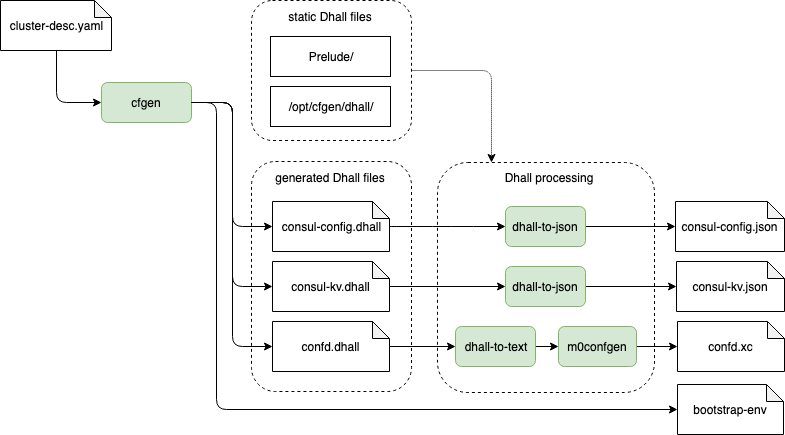
Seagate/cortx-hare keeps this draw.io diagram as rfc/3/cfgen.png. Above is the earlier version. Source tidied: cells renumbered, new cells last; positions are measured from the earlier drawing's top-left corner, leaving out a move shared by most shapes.
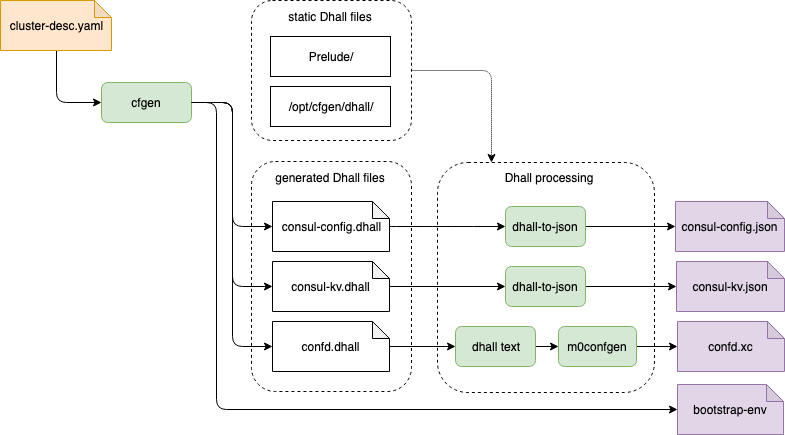
The same file after the commit.

Commit message:
rfc (3/CFGEN): Colourize the diagram

Use colours to highlight input and output files.

Diff of the diagram source:
```diff
@@ -35,7 +35,7 @@
     <mxCell id="12" style="edgeStyle=orthogonalEdgeStyle;rounded=0;jettySize=auto;html=1;exitX=1;exitY=0.5;exitDx=0;exitDy=0;entryX=0;entryY=0.5;entryDx=0;entryDy=0;" parent="1" edge="1" source="13" target="17">
       <mxGeometry relative="1" as="geometry" />
     </mxCell>
-    <mxCell id="13" value="dhall-to-text" style="rounded=1;whiteSpace=wrap;html=1;fillColor=#D5E8D4;strokeColor=#82B366;" parent="1" vertex="1">
+    <mxCell id="13" value="dhall text" style="rounded=1;whiteSpace=wrap;html=1;fillColor=#D5E8D4;strokeColor=#82B366;" parent="1" vertex="1">
       <mxGeometry x="455" y="326" width="80" height="40" as="geometry" />
     </mxCell>
     <mxCell id="14" style="edgeStyle=orthogonalEdgeStyle;rounded=0;jettySize=auto;html=1;exitX=1;exitY=0.5;exitDx=0;exitDy=0;entryX=0;entryY=0.5;entryDx=0;entryDy=0;entryPerimeter=0;" parent="1" edge="1" source="27" target="25">
@@ -67,19 +67,19 @@
     <mxCell id="21" style="edgeStyle=orthogonalEdgeStyle;jettySize=auto;html=1;exitX=0.5;exitY=1;exitDx=0;exitDy=0;exitPerimeter=0;entryX=0;entryY=0.5;entryDx=0;entryDy=0;rounded=1;" parent="1" edge="1" source="22" target="20">
       <mxGeometry relative="1" as="geometry" />
     </mxCell>
-    <mxCell id="22" value="cluster-desc.yaml" style="shape=note;whiteSpace=wrap;html=1;backgroundOutline=1;darkOpacity=0.05;size=17;" parent="1" vertex="1">
+    <mxCell id="22" value="cluster-desc.yaml" style="shape=note;whiteSpace=wrap;html=1;backgroundOutline=1;darkOpacity=0.05;size=17;fillColor=#ffe6cc;strokeColor=#d79b00;" parent="1" vertex="1">
       <mxGeometry width="111" height="50" as="geometry" />
     </mxCell>
     <mxCell id="23" value="generated Dhall files" style="text;html=1;strokeColor=none;fillColor=none;align=center;verticalAlign=middle;whiteSpace=wrap;rounded=0;" parent="1" vertex="1">
       <mxGeometry x="245" y="167" width="170" height="20" as="geometry" />
     </mxCell>
-    <mxCell id="24" value="confd.xc" style="shape=note;whiteSpace=wrap;html=1;backgroundOutline=1;darkOpacity=0.05;size=17;" parent="1" vertex="1">
+    <mxCell id="24" value="confd.xc" style="shape=note;whiteSpace=wrap;html=1;backgroundOutline=1;darkOpacity=0.05;size=17;fillColor=#e1d5e7;strokeColor=#9673a6;" parent="1" vertex="1">
       <mxGeometry x="677" y="321" width="107" height="50" as="geometry" />
     </mxCell>
-    <mxCell id="25" value="consul-kv.json" style="shape=note;whiteSpace=wrap;html=1;backgroundOutline=1;darkOpacity=0.05;size=17;" parent="1" vertex="1">
+    <mxCell id="25" value="consul-kv.json" style="shape=note;whiteSpace=wrap;html=1;backgroundOutline=1;darkOpacity=0.05;size=17;fillColor=#e1d5e7;strokeColor=#9673a6;" parent="1" vertex="1">
       <mxGeometry x="676" y="261" width="108" height="50" as="geometry" />
     </mxCell>
-    <mxCell id="26" value="consul-config.json" style="shape=note;whiteSpace=wrap;html=1;backgroundOutline=1;darkOpacity=0.05;size=17;" parent="1" vertex="1">
+    <mxCell id="26" value="consul-config.json" style="shape=note;whiteSpace=wrap;html=1;backgroundOutline=1;darkOpacity=0.05;size=17;fillColor=#e1d5e7;strokeColor=#9673a6;" parent="1" vertex="1">
       <mxGeometry x="675" y="201" width="109" height="50" as="geometry" />
     </mxCell>
     <mxCell id="27" value="dhall-to-json" style="rounded=1;whiteSpace=wrap;html=1;fillColor=#D5E8D4;strokeColor=#82B366;" parent="1" vertex="1">
@@ -91,7 +91,7 @@
     <mxCell id="29" value="consul-kv.dhall" style="shape=note;whiteSpace=wrap;html=1;backgroundOutline=1;darkOpacity=0.05;size=17;" parent="1" vertex="1">
       <mxGeometry x="272" y="261" width="117" height="50" as="geometry" />
     </mxCell>
-    <mxCell id="30" value="bootstrap-env" style="shape=note;whiteSpace=wrap;html=1;backgroundOutline=1;darkOpacity=0.05;size=17;" parent="1" vertex="1">
+    <mxCell id="30" value="bootstrap-env" style="shape=note;whiteSpace=wrap;html=1;backgroundOutline=1;darkOpacity=0.05;size=17;fillColor=#e1d5e7;strokeColor=#9673a6;" parent="1" vertex="1">
       <mxGeometry x="677" y="384" width="106" height="50" as="geometry" />
     </mxCell>
     <mxCell id="31" value="Prelude/" style="rounded=0;whiteSpace=wrap;html=1;" parent="1" vertex="1">
```
